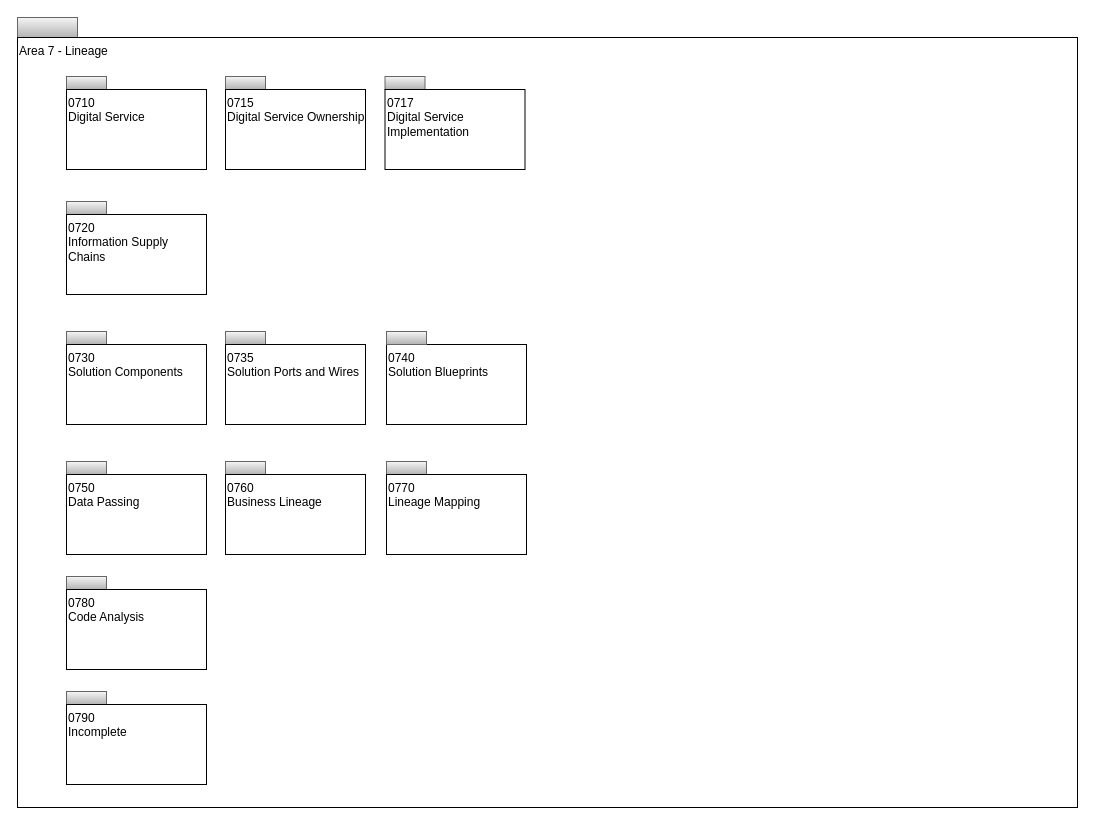
Before: page "Overview" (1 of 13) of site/docs/types/7/area-7-lineage.drawio in odpi/egeria-docs, a draw.io diagram. Source tidied: cells renumbered, new cells numbered last; positions are measured from the earlier drawing's top-left corner, leaving out a move shared by most shapes. Both pictures are drawn from the tidied source at 100%, with x=0, y=0 at pixel (17, 17).
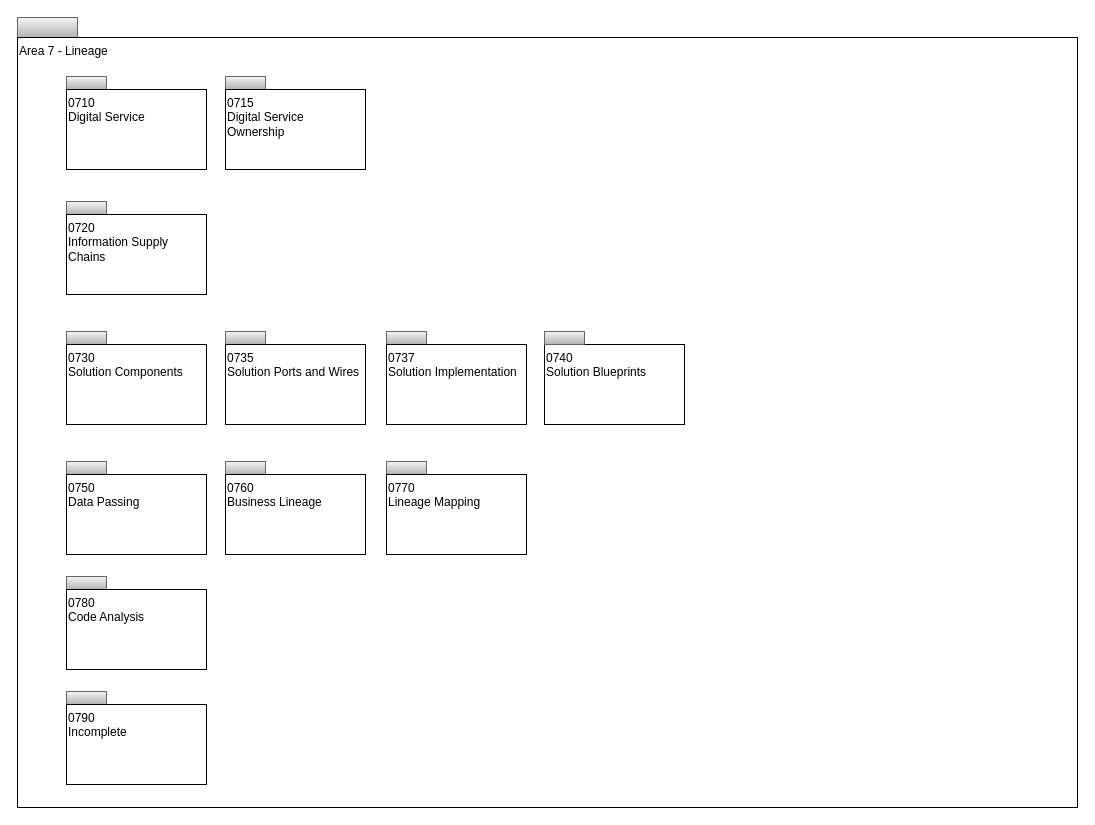
The same page after the edit.

Diff of the diagram source:
```diff
@@
-    <mxCell id="7" value="0715&lt;br&gt;Digital Service Ownership" style="rounded=0;whiteSpace=wrap;html=1;align=left;verticalAlign=top;" parent="1" vertex="1">
+    <mxCell id="7" value="0715&lt;br&gt;Digital Service&lt;br&gt;Ownership" style="rounded=0;whiteSpace=wrap;html=1;align=left;verticalAlign=top;" parent="1" vertex="1">
       <mxGeometry x="208" y="72" width="140" height="80" as="geometry" />
     </mxCell>
     <mxCell id="8" style="rounded=0;whiteSpace=wrap;html=1;align=left;fillColor=#f5f5f5;strokeColor=#666666;gradientColor=#b3b3b3;" parent="1" vertex="1">
-      <mxGeometry x="367.5" y="59" width="40" height="13" as="geometry" />
+      <mxGeometry x="369" y="314" width="40" height="13" as="geometry" />
     </mxCell>
-    <mxCell id="9" value="0717&lt;br&gt;Digital Service Implementation" style="rounded=0;whiteSpace=wrap;html=1;align=left;verticalAlign=top;" parent="1" vertex="1">
-      <mxGeometry x="367.5" y="72" width="140" height="80" as="geometry" />
+    <mxCell id="9" value="0737&lt;br&gt;Solution Implementation" style="rounded=0;whiteSpace=wrap;html=1;align=left;verticalAlign=top;" parent="1" vertex="1">
+      <mxGeometry x="369" y="327" width="140" height="80" as="geometry" />
     </mxCell>
@@
     <mxCell id="13" value="0740&lt;br&gt;Solution Blueprints" style="rounded=0;whiteSpace=wrap;html=1;align=left;verticalAlign=top;" parent="1" vertex="1">
-      <mxGeometry x="369" y="327" width="140" height="80" as="geometry" />
+      <mxGeometry x="527" y="327" width="140" height="80" as="geometry" />
     </mxCell>
@@
     <mxCell id="16" style="rounded=0;whiteSpace=wrap;html=1;align=left;fillColor=#f5f5f5;strokeColor=#666666;gradientColor=#b3b3b3;" parent="1" vertex="1">
-      <mxGeometry x="369" y="314" width="40" height="13" as="geometry" />
+      <mxGeometry x="527" y="314" width="40" height="13" as="geometry" />
     </mxCell>
```
